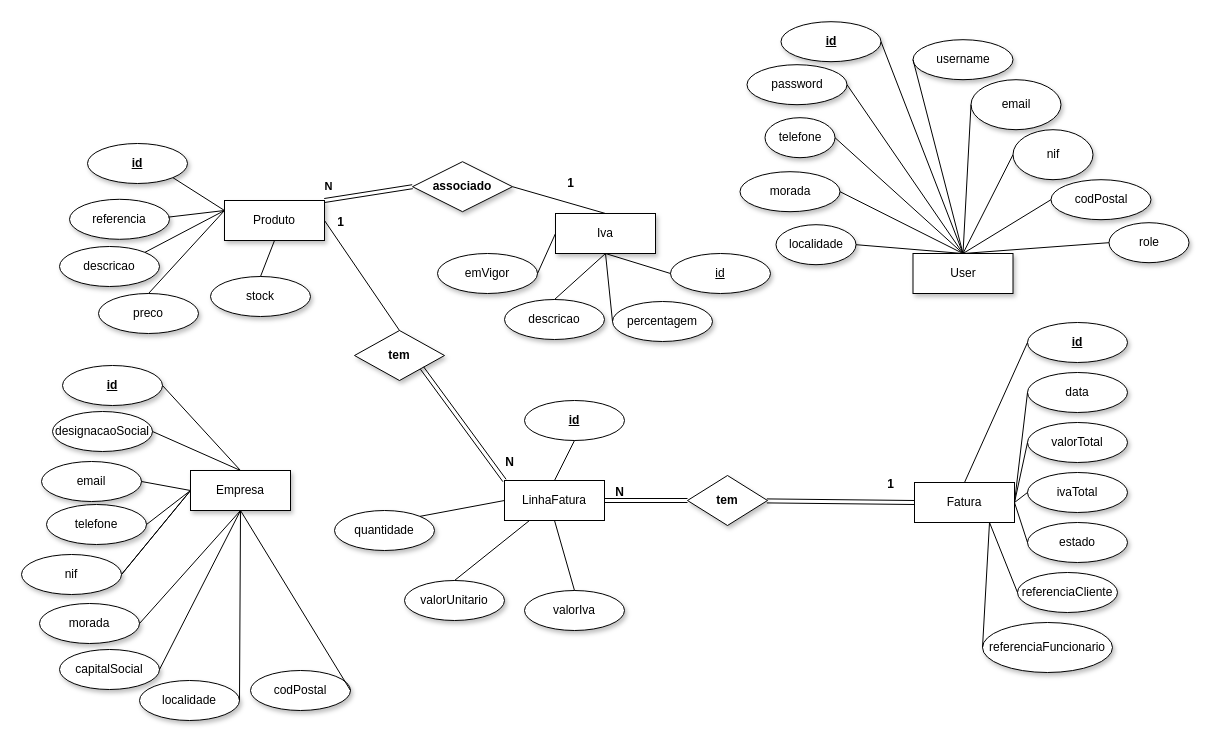
ContaEscola/PSI_PWS_PLTV-H keeps this draw.io diagram as weblogicmvc/db/DER.drawio. Above is the earlier version. Source tidied: cells renumbered, new cells numbered last; positions are measured from the earlier drawing's top-left corner, leaving out a move shared by most shapes. Both pictures are drawn from the tidied source at 100%, with x=0, y=0 at pixel (21, 21).
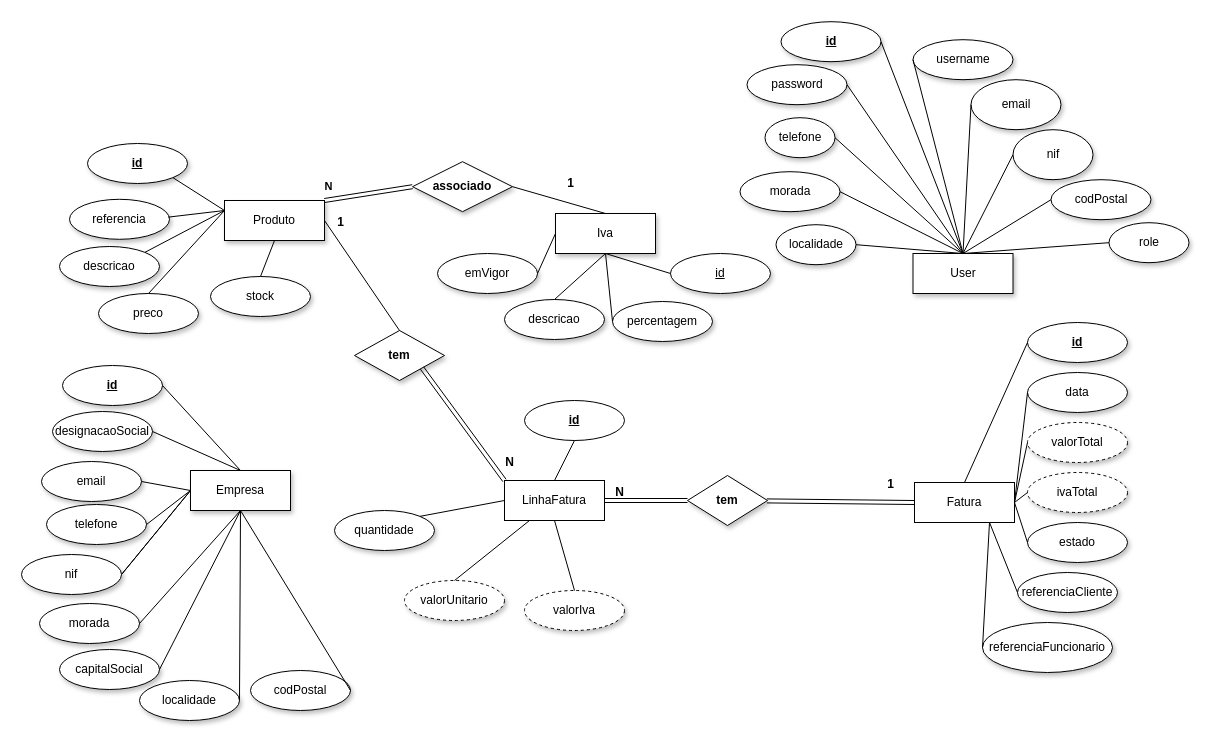
Above is the later version.

Commit message:
DER Revertido à versão anterior

Diff of the diagram source:
```diff
@@
-    <mxCell id="73" value="valorTotal" style="ellipse;whiteSpace=wrap;html=1;align=center;dashed=0;shadow=1;labelBackgroundColor=none;fontColor=default;labelBorderColor=none;" parent="1" vertex="1">
+    <mxCell id="73" value="valorTotal" style="ellipse;whiteSpace=wrap;html=1;align=center;dashed=1;shadow=1;labelBackgroundColor=none;fontColor=default;labelBorderColor=none;" parent="1" vertex="1">
       <mxGeometry x="1006" y="401" width="100" height="40" as="geometry" />
     </mxCell>
-    <mxCell id="74" value="ivaTotal" style="ellipse;whiteSpace=wrap;html=1;align=center;dashed=0;shadow=1;labelBackgroundColor=none;fontColor=default;" parent="1" vertex="1">
+    <mxCell id="74" value="ivaTotal" style="ellipse;whiteSpace=wrap;html=1;align=center;dashed=1;shadow=1;labelBackgroundColor=none;fontColor=default;" parent="1" vertex="1">
       <mxGeometry x="1006" y="451" width="100" height="40" as="geometry" />
     </mxCell>
@@
-    <mxCell id="98" value="valorUnitario" style="ellipse;whiteSpace=wrap;html=1;align=center;dashed=0;shadow=1;labelBackgroundColor=none;fontColor=default;" parent="1" vertex="1">
+    <mxCell id="98" value="valorUnitario" style="ellipse;whiteSpace=wrap;html=1;align=center;dashed=1;shadow=1;labelBackgroundColor=none;fontColor=default;" parent="1" vertex="1">
       <mxGeometry x="383" y="559" width="100" height="40" as="geometry" />
     </mxCell>
-    <mxCell id="99" value="valorIva" style="ellipse;whiteSpace=wrap;html=1;align=center;dashed=0;shadow=1;labelBackgroundColor=none;fontColor=default;" parent="1" vertex="1">
+    <mxCell id="99" value="valorIva" style="ellipse;whiteSpace=wrap;html=1;align=center;dashed=1;shadow=1;labelBackgroundColor=none;fontColor=default;" parent="1" vertex="1">
       <mxGeometry x="503" y="569" width="100" height="40" as="geometry" />
     </mxCell>
```
